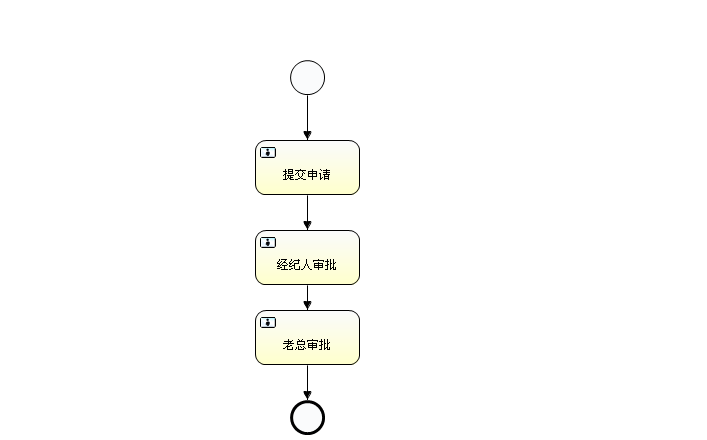
Above: src/main/resources/diagrams/leaveBill.png in zht1933/jmrt-frame (BPMN), before the change. Its source is kept beside it as src/main/resources/diagrams/leaveBill.bpmn. Ids are renumbered. Its diagram source:
```xml
<definitions xmlns="http://www.omg.org/spec/BPMN/20100524/MODEL" xmlns:xsi="http://www.w3.org/2001/XMLSchema-instance" xmlns:activiti="http://activiti.org/bpmn" xmlns:bpmndi="http://www.omg.org/spec/BPMN/20100524/DI" xmlns:omgdc="http://www.omg.org/spec/DD/20100524/DC" xmlns:omgdi="http://www.omg.org/spec/DD/20100524/DI" typeLanguage="http://www.w3.org/2001/XMLSchema" expressionLanguage="http://www.w3.org/1999/XPath" targetNamespace="http://www.activiti.org/test">
  <process id="LeaveBill" name="LeaveBillProcess" isExecutable="true">
    <startEvent id="startevent1" name="Start"></startEvent>
    <userTask id="usertask1" name="提交申请" activiti:assignee="${inputUser}" activiti:formKey="workflowAction_audit.action"></userTask>
    <sequenceFlow id="flow1" sourceRef="startevent1" targetRef="usertask1"></sequenceFlow>
    <userTask id="usertask2" name="经纪人审批" activiti:formKey="workflowAction_audit.action">
      <extensionElements>
        <activiti:taskListener event="create" class="cn.itcast.ssh.utils.ManagerTaskHandler"></activiti:taskListener>
      </extensionElements>
    </userTask>
    <sequenceFlow id="flow2" sourceRef="usertask1" targetRef="usertask2"></sequenceFlow>
    <userTask id="usertask3" name="老总审批" activiti:formKey="workflowAction_audit.action">
      <extensionElements>
        <activiti:taskListener event="create" class="cn.itcast.ssh.utils.ManagerTaskHandler"></activiti:taskListener>
      </extensionElements>
    </userTask>
    <sequenceFlow id="flow3" sourceRef="usertask2" targetRef="usertask3"></sequenceFlow>
    <endEvent id="endevent1" name="End"></endEvent>
    <sequenceFlow id="flow4" sourceRef="usertask3" targetRef="endevent1"></sequenceFlow>
  </process>
  <bpmndi:BPMNDiagram id="BPMNDiagram_LeaveBill">
    <bpmndi:BPMNPlane bpmnElement="LeaveBill" id="BPMNPlane_LeaveBill">
      <bpmndi:BPMNShape bpmnElement="startevent1" id="BPMNShape_startevent1">
        <omgdc:Bounds height="35.0" width="35.0" x="290.0" y="60.0"></omgdc:Bounds>
      </bpmndi:BPMNShape>
      <bpmndi:BPMNShape bpmnElement="usertask1" id="BPMNShape_usertask1">
        <omgdc:Bounds height="55.0" width="105.0" x="255.0" y="140.0"></omgdc:Bounds>
      </bpmndi:BPMNShape>
      <bpmndi:BPMNShape bpmnElement="usertask2" id="BPMNShape_usertask2">
        <omgdc:Bounds height="55.0" width="105.0" x="255.0" y="230.0"></omgdc:Bounds>
      </bpmndi:BPMNShape>
      <bpmndi:BPMNShape bpmnElement="usertask3" id="BPMNShape_usertask3">
        <omgdc:Bounds height="55.0" width="105.0" x="255.0" y="310.0"></omgdc:Bounds>
      </bpmndi:BPMNShape>
      <bpmndi:BPMNShape bpmnElement="endevent1" id="BPMNShape_endevent1">
        <omgdc:Bounds height="35.0" width="35.0" x="290.0" y="400.0"></omgdc:Bounds>
      </bpmndi:BPMNShape>
      <bpmndi:BPMNEdge bpmnElement="flow1" id="BPMNEdge_flow1">
        <omgdi:waypoint x="307.0" y="95.0"></omgdi:waypoint>
        <omgdi:waypoint x="307.0" y="140.0"></omgdi:waypoint>
      </bpmndi:BPMNEdge>
      <bpmndi:BPMNEdge bpmnElement="flow2" id="BPMNEdge_flow2">
        <omgdi:waypoint x="307.0" y="195.0"></omgdi:waypoint>
        <omgdi:waypoint x="307.0" y="230.0"></omgdi:waypoint>
      </bpmndi:BPMNEdge>
      <bpmndi:BPMNEdge bpmnElement="flow3" id="BPMNEdge_flow3">
        <omgdi:waypoint x="307.0" y="285.0"></omgdi:waypoint>
        <omgdi:waypoint x="307.0" y="310.0"></omgdi:waypoint>
      </bpmndi:BPMNEdge>
      <bpmndi:BPMNEdge bpmnElement="flow4" id="BPMNEdge_flow4">
        <omgdi:waypoint x="307.0" y="365.0"></omgdi:waypoint>
        <omgdi:waypoint x="307.0" y="400.0"></omgdi:waypoint>
      </bpmndi:BPMNEdge>
    </bpmndi:BPMNPlane>
  </bpmndi:BPMNDiagram>
</definitions>
```
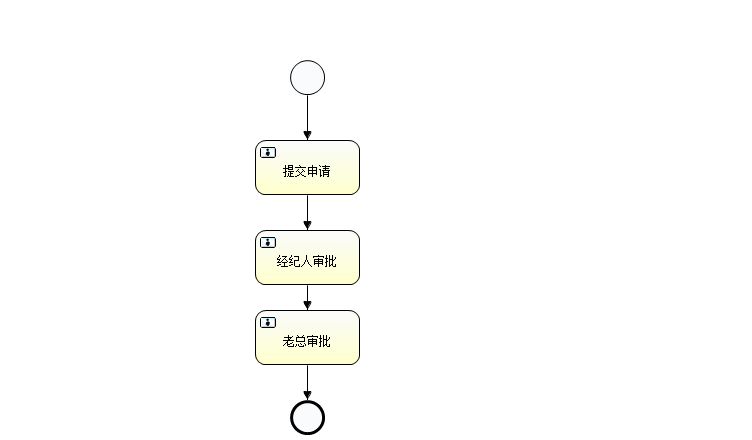
Later version of the same file.

The edit, as a diff of the source:
```diff
@@ -1,17 +1,17 @@
-<definitions xmlns="http://www.omg.org/spec/BPMN/20100524/MODEL" xmlns:xsi="http://www.w3.org/2001/XMLSchema-instance" xmlns:activiti="http://activiti.org/bpmn" xmlns:bpmndi="http://www.omg.org/spec/BPMN/20100524/DI" xmlns:omgdc="http://www.omg.org/spec/DD/20100524/DC" xmlns:omgdi="http://www.omg.org/spec/DD/20100524/DI" typeLanguage="http://www.w3.org/2001/XMLSchema" expressionLanguage="http://www.w3.org/1999/XPath" targetNamespace="http://www.activiti.org/test">
+<definitions xmlns="http://www.omg.org/spec/BPMN/20100524/MODEL" xmlns:xsi="http://www.w3.org/2001/XMLSchema-instance" xmlns:xsd="http://www.w3.org/2001/XMLSchema" xmlns:activiti="http://activiti.org/bpmn" xmlns:bpmndi="http://www.omg.org/spec/BPMN/20100524/DI" xmlns:omgdc="http://www.omg.org/spec/DD/20100524/DC" xmlns:omgdi="http://www.omg.org/spec/DD/20100524/DI" typeLanguage="http://www.w3.org/2001/XMLSchema" expressionLanguage="http://www.w3.org/1999/XPath" targetNamespace="http://www.activiti.org/test">
   <process id="LeaveBill" name="LeaveBillProcess" isExecutable="true">
     <startEvent id="startevent1" name="Start"></startEvent>
-    <userTask id="usertask1" name="提交申请" activiti:assignee="${inputUser}" activiti:formKey="workflowAction_audit.action"></userTask>
+    <userTask id="usertask1" name="提交申请" activiti:assignee="${inputUser}" activiti:formKey="/act/audit.html"></userTask>
     <sequenceFlow id="flow1" sourceRef="startevent1" targetRef="usertask1"></sequenceFlow>
-    <userTask id="usertask2" name="经纪人审批" activiti:formKey="workflowAction_audit.action">
+    <userTask id="usertask2" name="经纪人审批" activiti:formKey="/act/audit.html">
       <extensionElements>
-        <activiti:taskListener event="create" class="cn.itcast.ssh.utils.ManagerTaskHandler"></activiti:taskListener>
+        <activiti:taskListener event="create" class="com.webside.activiti.util.ManagerTaskHandler"></activiti:taskListener>
       </extensionElements>
     </userTask>
     <sequenceFlow id="flow2" sourceRef="usertask1" targetRef="usertask2"></sequenceFlow>
-    <userTask id="usertask3" name="老总审批" activiti:formKey="workflowAction_audit.action">
+    <userTask id="usertask3" name="老总审批" activiti:formKey="/act/audit.html">
       <extensionElements>
-        <activiti:taskListener event="create" class="cn.itcast.ssh.utils.ManagerTaskHandler"></activiti:taskListener>
+        <activiti:taskListener event="create" class="com.webside.activiti.util.ManagerTaskHandler"></activiti:taskListener>
       </extensionElements>
     </userTask>
     <sequenceFlow id="flow3" sourceRef="usertask2" targetRef="usertask3"></sequenceFlow>
```
